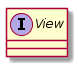
geoffjay/comp8506-docs keeps this PlantUML diagram as report/figures/design/class/core/view.png. Above is the earlier version.
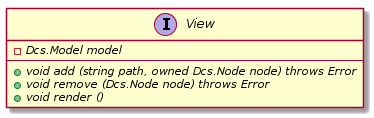
After the change.

The edit, as a diff of the source:
```diff
@@ -1,4 +1,9 @@
 @startuml
 interface View {
+    -{abstract} Dcs.Model model
+    ----
+    +{abstract} void add (string path, owned Dcs.Node node) throws Error
+    +{abstract} void remove (Dcs.Node node) throws Error
+    +{abstract} void render ()
 }
 @enduml
```
